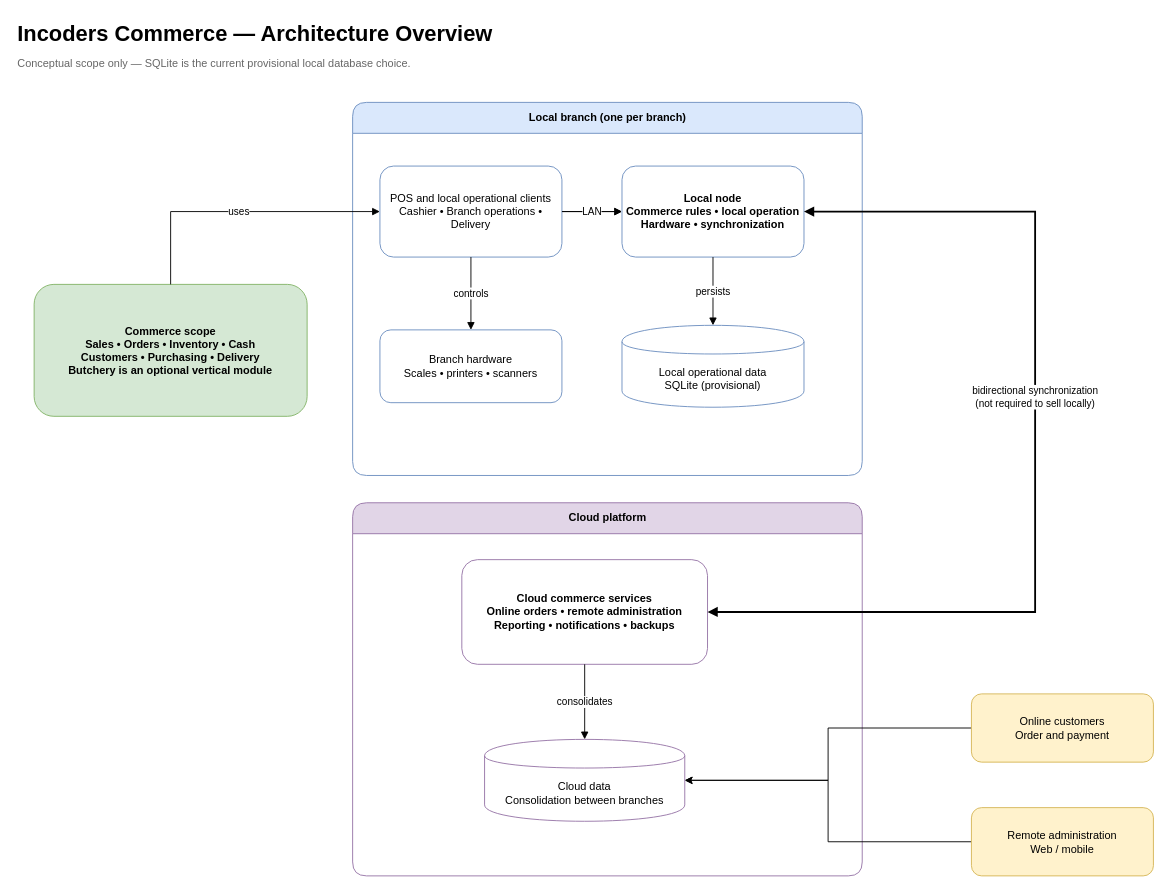
Above: diagrams/incoders-commerce-architecture-overview.drawio in Incoders-Tools/incoders-commerce (draw.io), before the change. Source tidied: cells renumbered, new cells numbered last; positions are measured from the earlier drawing's top-left corner, leaving out a move shared by most shapes. Both pictures are drawn from the tidied source at 91%, with x=0, y=0 at pixel (15, 15).
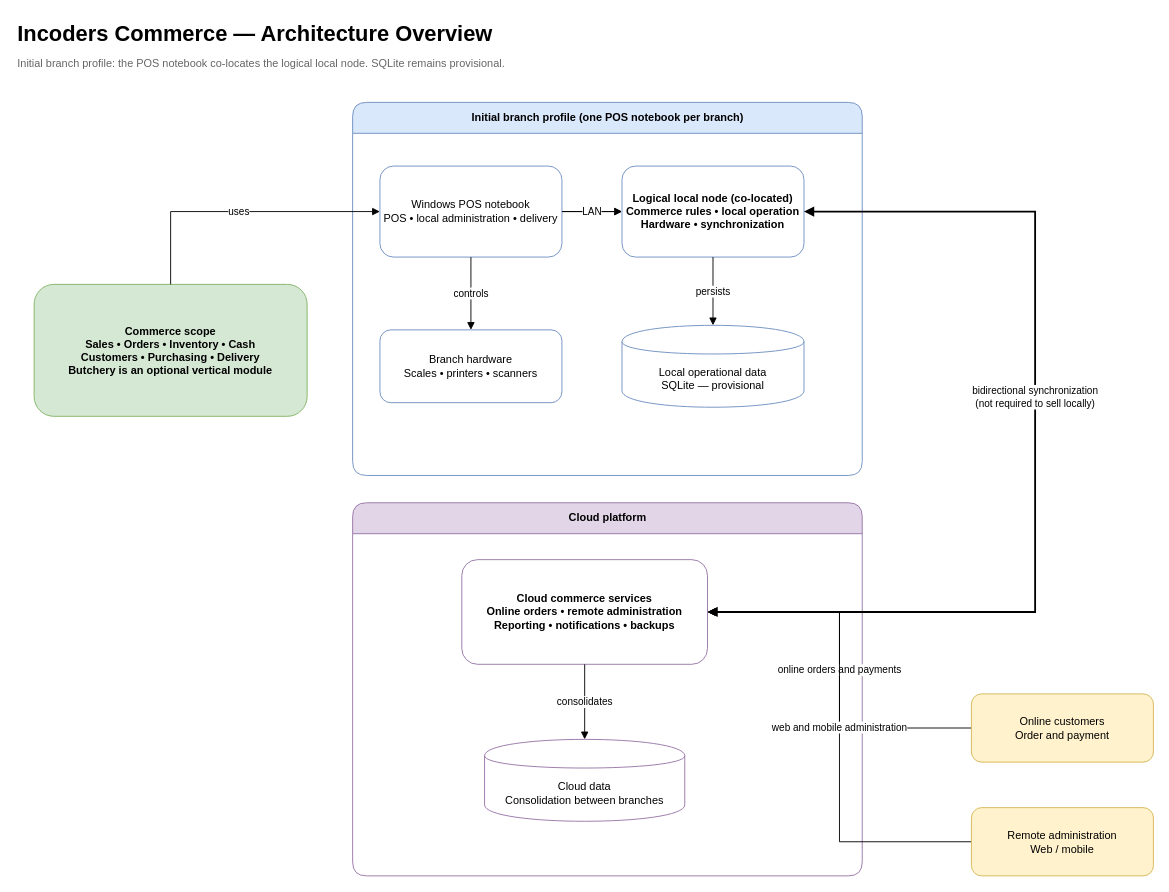
The same page after the edit.

Commit message (it also covers changes not shown here):
docs: establish architecture documentation base (#1)

Unchanged cells that the change refers to:
```xml
<mxCell id="13" value="Cloud commerce services&#10;Online orders • remote administration&#10;Reporting • notifications • backups" style="rounded=1;whiteSpace=wrap;html=1;fillColor=#ffffff;strokeColor=#9673a6;fontStyle=1;" parent="12" vertex="1">
  <mxGeometry x="120" y="62.5" width="270" height="115" as="geometry" />
</mxCell>
<mxCell id="14" value="Cloud data&#10;Consolidation between branches" style="shape=cylinder;whiteSpace=wrap;html=1;boundedLbl=1;backgroundOutline=1;fillColor=#ffffff;strokeColor=#9673a6;" parent="12" vertex="1">
  <mxGeometry x="145" y="260" width="220" height="90" as="geometry" />
</mxCell>
<mxCell id="16" value="Online customers&#10;Order and payment" style="rounded=1;whiteSpace=wrap;html=1;fillColor=#fff2cc;strokeColor=#d6b656;" parent="1" vertex="1">
  <mxGeometry x="1050" y="745" width="200" height="75" as="geometry" />
</mxCell>
<mxCell id="18" value="Remote administration&#10;Web / mobile" style="rounded=1;whiteSpace=wrap;html=1;fillColor=#fff2cc;strokeColor=#d6b656;" parent="1" vertex="1">
  <mxGeometry x="1050" y="870" width="200" height="75" as="geometry" />
</mxCell>
```

What changed in the source:
```diff
@@
-    <mxCell id="3" value="Conceptual scope only — SQLite is the current provisional local database choice." style="text;html=1;strokeColor=none;fillColor=none;align=left;verticalAlign=middle;fontSize=12;fontColor=#666666;" parent="1" vertex="1">
+    <mxCell id="3" value="Initial branch profile: the POS notebook co-locates the logical local node. SQLite remains provisional." style="text;html=1;strokeColor=none;fillColor=none;align=left;verticalAlign=middle;fontSize=12;fontColor=#666666;" parent="1" vertex="1">
       <mxGeometry y="40" width="1000" height="25" as="geometry" />
     </mxCell>
@@
-    <mxCell id="5" value="Local branch (one per branch)" style="swimlane;html=1;rounded=1;startSize=34;fillColor=#dae8fc;strokeColor=#6c8ebf;fontStyle=1;" parent="1" vertex="1">
+    <mxCell id="5" value="Initial branch profile (one POS notebook per branch)" style="swimlane;html=1;rounded=1;startSize=34;fillColor=#dae8fc;strokeColor=#6c8ebf;fontStyle=1;" parent="1" vertex="1">
       <mxGeometry x="370" y="95" width="560" height="410" as="geometry" />
     </mxCell>
@@
-    <mxCell id="7" value="POS and local operational clients&#10;Cashier • Branch operations • Delivery" style="rounded=1;whiteSpace=wrap;html=1;fillColor=#ffffff;strokeColor=#6c8ebf;" parent="5" vertex="1">
+    <mxCell id="7" value="Windows POS notebook&#10;POS • local administration • delivery" style="rounded=1;whiteSpace=wrap;html=1;fillColor=#ffffff;strokeColor=#6c8ebf;" parent="5" vertex="1">
       <mxGeometry x="30" y="70" width="200" height="100" as="geometry" />
     </mxCell>
-    <mxCell id="8" value="Local node&#10;Commerce rules • local operation&#10;Hardware • synchronization" style="rounded=1;whiteSpace=wrap;html=1;fillColor=#ffffff;strokeColor=#6c8ebf;fontStyle=1;" parent="5" vertex="1">
+    <mxCell id="8" value="Logical local node (co-located)&#10;Commerce rules • local operation&#10;Hardware • synchronization" style="rounded=1;whiteSpace=wrap;html=1;fillColor=#ffffff;strokeColor=#6c8ebf;fontStyle=1;" parent="5" vertex="1">
       <mxGeometry x="296" y="70" width="200" height="100" as="geometry" />
     </mxCell>
-    <mxCell id="9" value="Local operational data&#10;SQLite (provisional)" style="shape=cylinder;whiteSpace=wrap;html=1;boundedLbl=1;backgroundOutline=1;fillColor=#ffffff;strokeColor=#6c8ebf;" parent="5" vertex="1">
+    <mxCell id="9" value="Local operational data&#10;SQLite — provisional" style="shape=cylinder;whiteSpace=wrap;html=1;boundedLbl=1;backgroundOutline=1;fillColor=#ffffff;strokeColor=#6c8ebf;" parent="5" vertex="1">
       <mxGeometry x="296" y="245" width="200" height="90" as="geometry" />
     </mxCell>
@@
-    <mxCell id="15" style="edgeStyle=orthogonalEdgeStyle;rounded=0;jettySize=auto;html=1;entryX=1;entryY=0.5;entryDx=0;entryDy=0;" parent="1" edge="1" source="16" target="14">
+    <mxCell id="15" value="online orders and payments" style="edgeStyle=orthogonalEdgeStyle;rounded=0;jettySize=auto;html=1;endArrow=block;entryX=1;entryY=0.5;entryDx=0;entryDy=0;" parent="1" edge="1" source="16" target="13">
       <mxGeometry relative="1" as="geometry" />
     </mxCell>
@@
-    <mxCell id="17" style="edgeStyle=orthogonalEdgeStyle;rounded=0;jettySize=auto;html=1;entryX=1;entryY=0.5;entryDx=0;entryDy=0;" parent="1" edge="1" source="18" target="14">
+    <mxCell id="17" value="web and mobile administration" style="edgeStyle=orthogonalEdgeStyle;rounded=0;jettySize=auto;html=1;endArrow=block;entryX=1;entryY=0.5;entryDx=0;entryDy=0;" parent="1" edge="1" source="18" target="13">
       <mxGeometry relative="1" as="geometry" />
     </mxCell>
```
